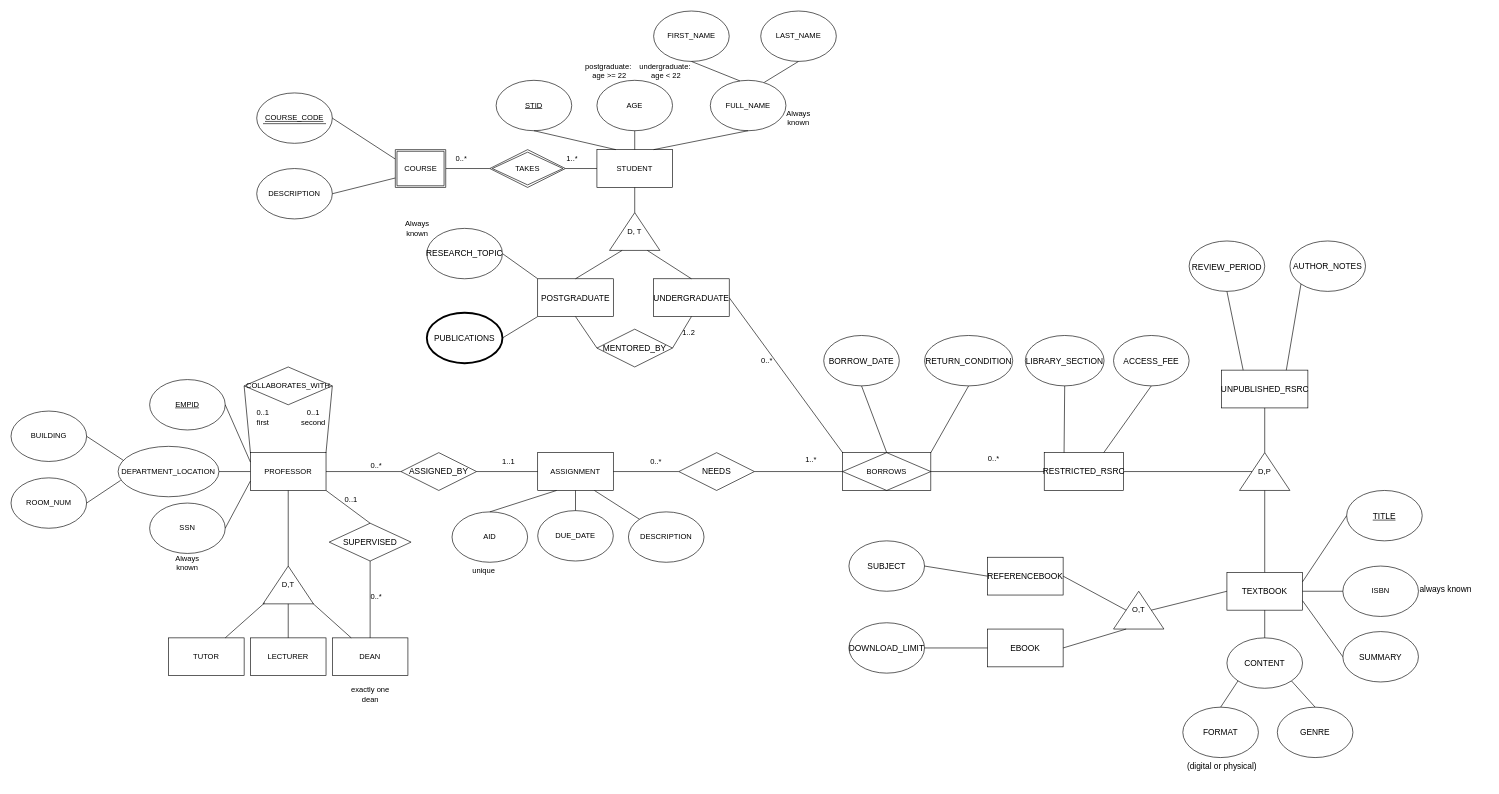
Before: DM-HW1_Janis & Cuihuan.drawio in us-ja/Data_Management, a draw.io diagram. Source tidied: cells renumbered, new cells numbered last; positions are measured from the earlier drawing's top-left corner, leaving out a move shared by most shapes. Both pictures are drawn from the tidied source at 63%, with x=0, y=0 at pixel (11, 11).
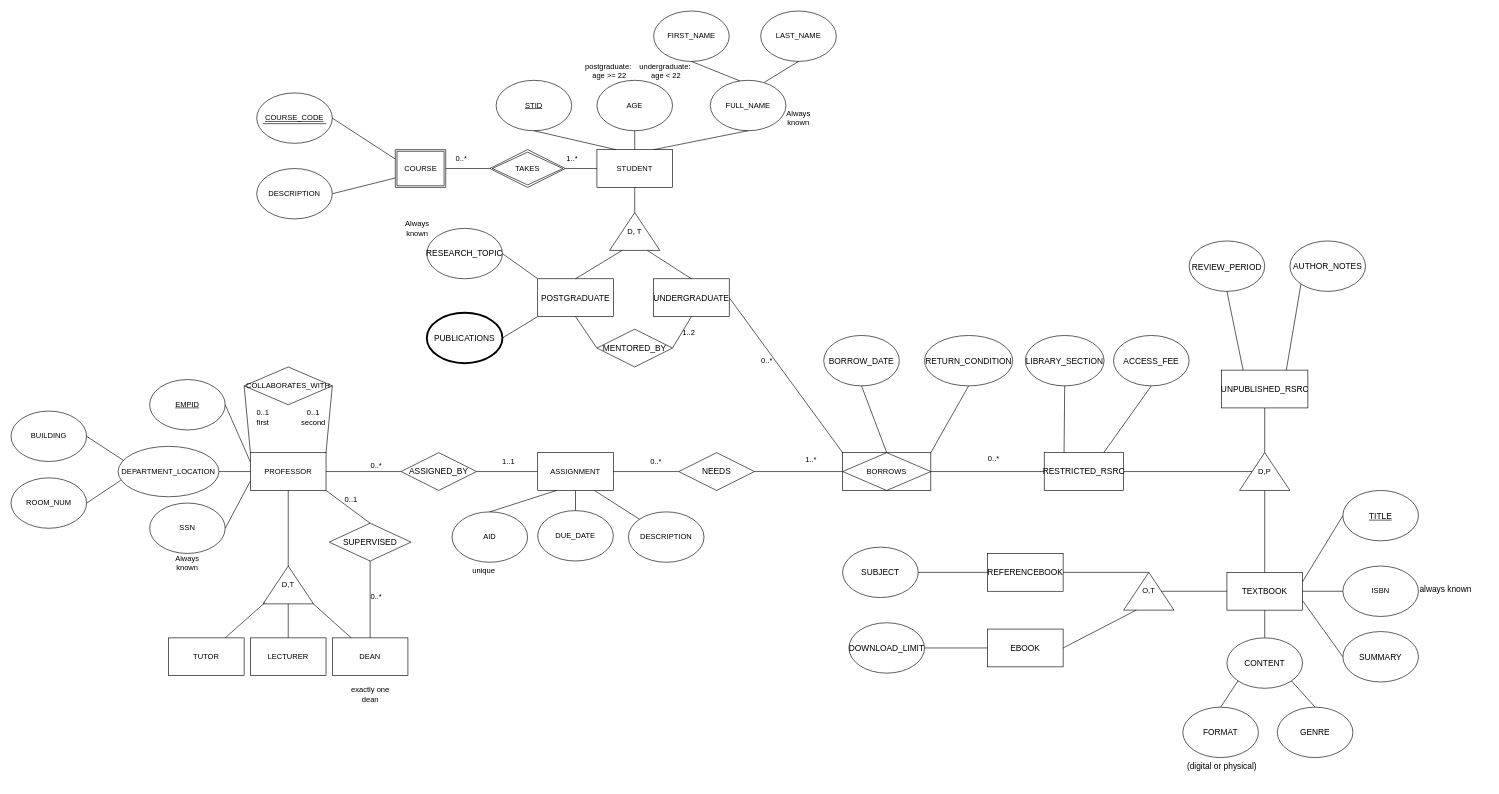
The same diagram, later.

Diff of the diagram source:
```diff
@@
     <mxCell id="84" value="&lt;div style=&quot;text-align: start;&quot;&gt;&lt;u&gt;&lt;span style=&quot;font-size: 12pt; font-family: STSong;&quot;&gt;&lt;/span&gt;&lt;span style=&quot;font-size: 9.96264pt; font-family: LMRoman10-Regular;&quot;&gt;TITLE&lt;/span&gt;&lt;/u&gt;&lt;/div&gt;" style="ellipse;whiteSpace=wrap;html=1;" parent="1" vertex="1">
-      <mxGeometry x="2120" y="761" width="120" height="80" as="geometry" />
+      <mxGeometry x="2114" y="761" width="120" height="80" as="geometry" />
     </mxCell>
@@
     <mxCell id="98" value="&lt;div style=&quot;caret-color: rgb(0, 0, 0); color: rgb(0, 0, 0); font-style: normal; font-variant-caps: normal; font-weight: 400; letter-spacing: normal; orphans: auto; text-align: start; text-indent: 0px; text-transform: none; white-space: normal; widows: auto; word-spacing: 0px; -webkit-text-stroke-width: 0px; text-decoration: none;&quot;&gt;&lt;span style=&quot;font-size: 9.96264pt; font-family: LMRoman10-Regular; color: rgb(0, 0, 0);&quot;&gt;REFERENCEBOOK&lt;/span&gt;&lt;/div&gt;" style="rounded=0;whiteSpace=wrap;html=1;" parent="1" vertex="1">
-      <mxGeometry x="1550" y="867" width="120" height="60" as="geometry" />
+      <mxGeometry x="1550" y="861" width="120" height="60" as="geometry" />
     </mxCell>
@@
     <mxCell id="101" value="O,T" style="triangle;whiteSpace=wrap;html=1;direction=north;" parent="1" vertex="1">
-      <mxGeometry x="1750" y="921" width="80" height="60" as="geometry" />
+      <mxGeometry x="1766" y="891" width="80" height="60" as="geometry" />
     </mxCell>
@@
-    <mxCell id="104" style="endArrow=none;html=1;rounded=0;entryX=0.5;entryY=0;entryDx=0;entryDy=0;exitX=1;exitY=0.5;exitDx=0;exitDy=0;" parent="1" edge="1" source="98" target="101">
+    <mxCell id="104" style="endArrow=none;html=1;rounded=0;entryX=1;entryY=0.5;entryDx=0;entryDy=0;exitX=1;exitY=0.5;exitDx=0;exitDy=0;" parent="1" edge="1" source="98" target="101">
       <mxGeometry relative="1" as="geometry" />
     </mxCell>
@@
     <mxCell id="106" value="&lt;div style=&quot;text-align: start;&quot;&gt;&lt;span style=&quot;font-size: 9.96264pt; font-family: LMRoman10-Regular;&quot;&gt;SUBJECT&lt;/span&gt;&lt;/div&gt;" style="ellipse;whiteSpace=wrap;html=1;" parent="1" vertex="1">
-      <mxGeometry x="1330" y="841" width="120" height="80" as="geometry" />
+      <mxGeometry x="1320" y="851" width="120" height="80" as="geometry" />
     </mxCell>
```
